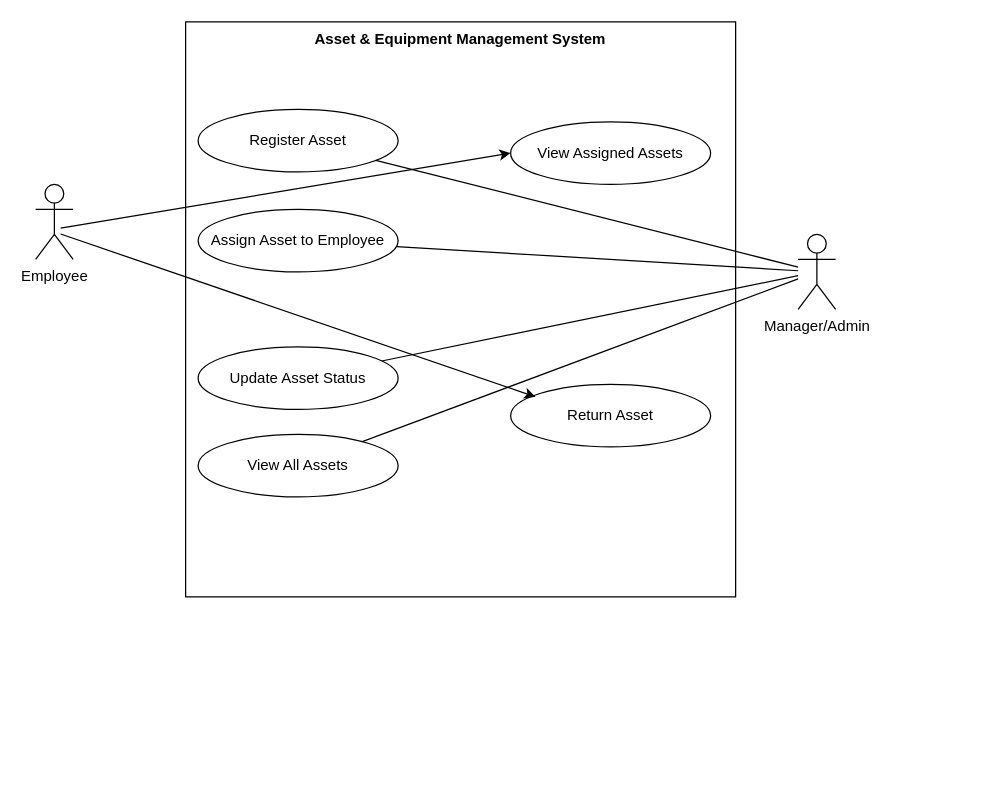
Before: page "UseCaseDiagram" (1 of 3) of Diagrams/module_4_asset/4.AssetModule_UseCaseDiagram.drawio in SE2012-EVOQ/EMS, a draw.io diagram. Source tidied: cells renumbered, new cells numbered last; positions are measured from the earlier drawing's top-left corner, leaving out a move shared by most shapes. Both pictures are drawn from the tidied source at 125%, with x=0, y=0 at pixel (35, 21).
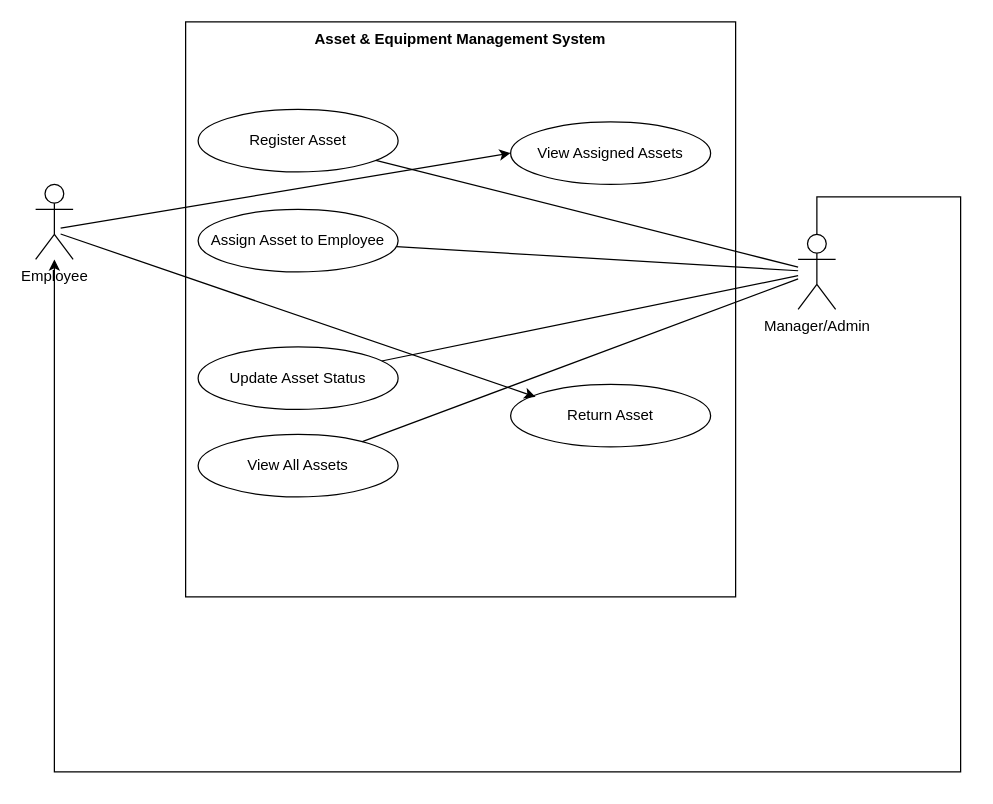
The same page after the edit.

The change refers to these unchanged cells:
```xml
<mxCell id="9" value="Employee" style="shape=umlActor;verticalLabelPosition=bottom;verticalAlign=top;html=1;" parent="1" vertex="1">
  <mxGeometry y="130" width="30" height="60" as="geometry" />
</mxCell>
<mxCell id="10" value="Manager/Admin" style="shape=umlActor;verticalLabelPosition=bottom;verticalAlign=top;html=1;" parent="1" vertex="1">
  <mxGeometry x="610" y="170" width="30" height="60" as="geometry" />
</mxCell>
```

Change to the diagram source:
```diff
@@
+    <mxCell id="17" style="edgeStyle=orthogonalEdgeStyle;html=1;rounded=0;" parent="1" edge="1" source="10" target="9">
+      <mxGeometry relative="1" as="geometry">
+        <Array as="points">
+          <mxPoint x="625" y="140" />
+          <mxPoint x="740" y="140" />
+          <mxPoint x="740" y="600" />
+          <mxPoint x="15" y="600" />
+        </Array>
+      </mxGeometry>
+    </mxCell>
```
